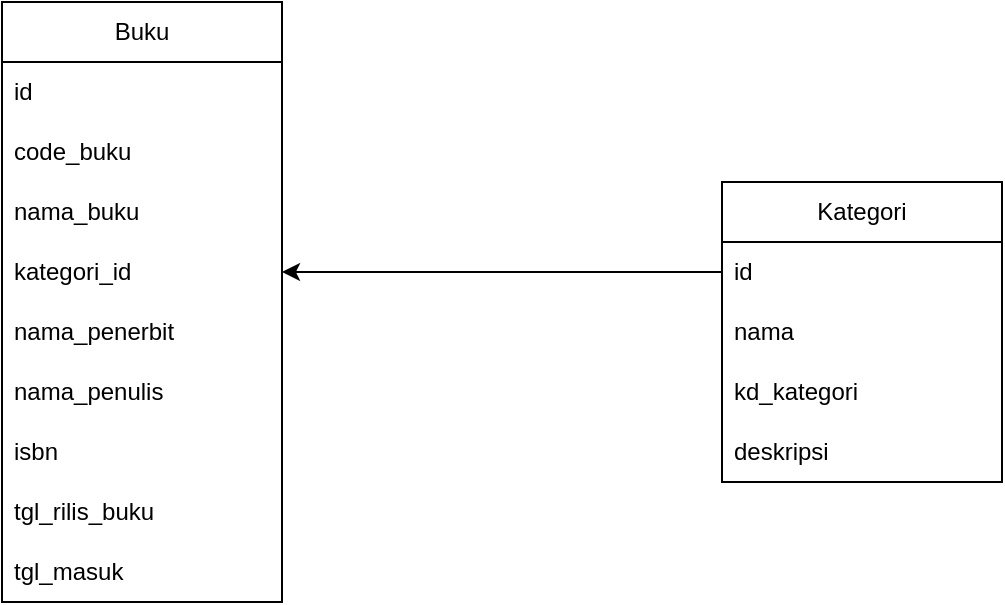
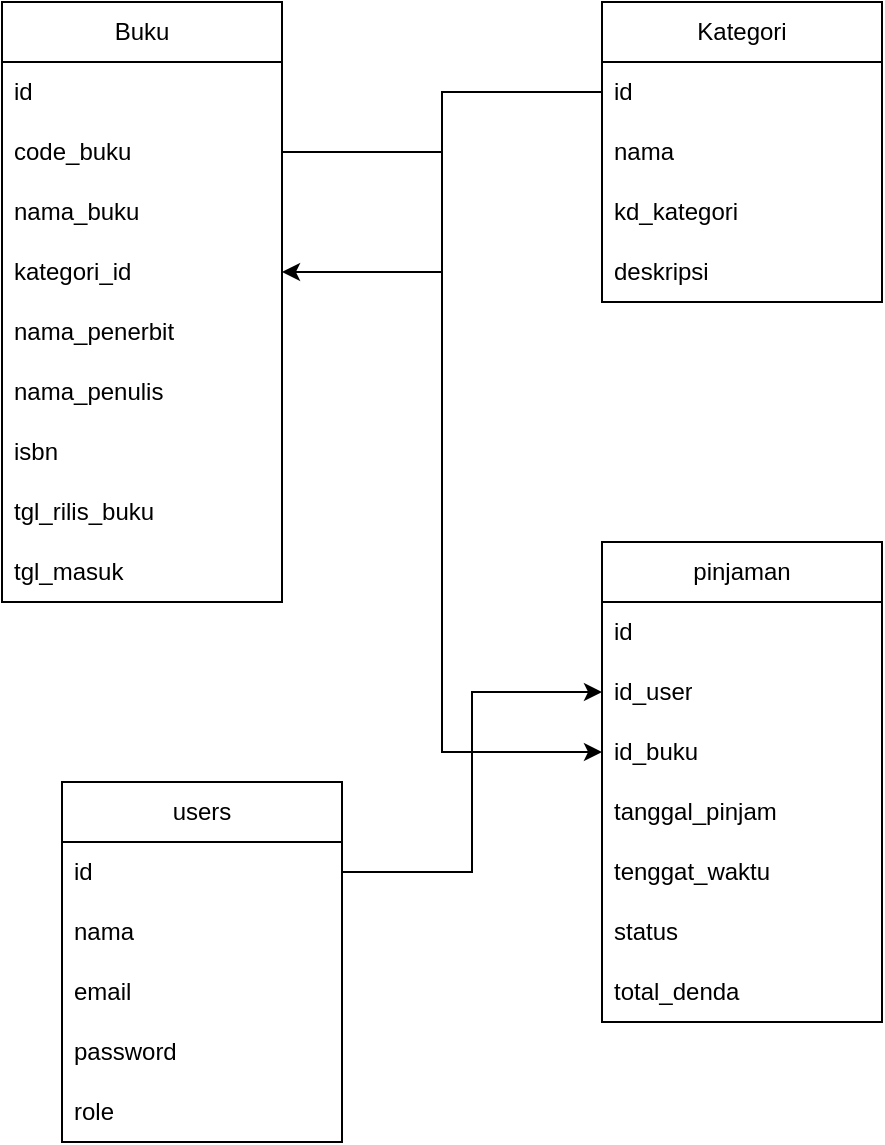
<mxfile host="app.diagrams.net">
  <diagram name="Page-1" id="l2m-nUInnZBTqpUZpgFe">
    <mxGraphModel dx="1414" dy="751" grid="1" gridSize="10" guides="1" tooltips="1" connect="1" arrows="1" fold="1" page="1" pageScale="1" pageWidth="850" pageHeight="1100" math="0" shadow="0">
      <root>
        <mxCell id="0" />
        <mxCell id="1" parent="0" />
        <mxCell id="SLonHb-QjBYrVi6XPOOr-1" parent="1" style="swimlane;fontStyle=0;childLayout=stackLayout;horizontal=1;startSize=30;horizontalStack=0;resizeParent=1;resizeParentMax=0;resizeLast=0;collapsible=1;marginBottom=0;whiteSpace=wrap;html=1;" value="Buku" vertex="1">
-           <mxGeometry height="300" width="140" x="40" y="10" as="geometry" />
+           <mxGeometry height="300" width="140" x="100" y="30" as="geometry" />
        </mxCell>
        <mxCell id="SLonHb-QjBYrVi6XPOOr-2" parent="SLonHb-QjBYrVi6XPOOr-1" style="text;strokeColor=none;fillColor=none;align=left;verticalAlign=middle;spacingLeft=4;spacingRight=4;overflow=hidden;points=[[0,0.5],[1,0.5]];portConstraint=eastwest;rotatable=0;whiteSpace=wrap;html=1;" value="id" vertex="1">
          <mxGeometry height="30" width="140" y="30" as="geometry" />
        </mxCell>
        <mxCell id="SLonHb-QjBYrVi6XPOOr-3" parent="SLonHb-QjBYrVi6XPOOr-1" style="text;strokeColor=none;fillColor=none;align=left;verticalAlign=middle;spacingLeft=4;spacingRight=4;overflow=hidden;points=[[0,0.5],[1,0.5]];portConstraint=eastwest;rotatable=0;whiteSpace=wrap;html=1;" value="code_buku" vertex="1">
          <mxGeometry height="30" width="140" y="60" as="geometry" />
        </mxCell>
        <mxCell id="SLonHb-QjBYrVi6XPOOr-16" parent="SLonHb-QjBYrVi6XPOOr-1" style="text;strokeColor=none;fillColor=none;align=left;verticalAlign=middle;spacingLeft=4;spacingRight=4;overflow=hidden;points=[[0,0.5],[1,0.5]];portConstraint=eastwest;rotatable=0;whiteSpace=wrap;html=1;" value="nama_buku" vertex="1">
          <mxGeometry height="30" width="140" y="90" as="geometry" />
        </mxCell>
        <mxCell id="SLonHb-QjBYrVi6XPOOr-4" parent="SLonHb-QjBYrVi6XPOOr-1" style="text;strokeColor=none;fillColor=none;align=left;verticalAlign=middle;spacingLeft=4;spacingRight=4;overflow=hidden;points=[[0,0.5],[1,0.5]];portConstraint=eastwest;rotatable=0;whiteSpace=wrap;html=1;" value="kategori_id" vertex="1">
          <mxGeometry height="30" width="140" y="120" as="geometry" />
        </mxCell>
        <mxCell id="SLonHb-QjBYrVi6XPOOr-10" parent="SLonHb-QjBYrVi6XPOOr-1" style="text;strokeColor=none;fillColor=none;align=left;verticalAlign=middle;spacingLeft=4;spacingRight=4;overflow=hidden;points=[[0,0.5],[1,0.5]];portConstraint=eastwest;rotatable=0;whiteSpace=wrap;html=1;" value="nama_penerbit" vertex="1">
          <mxGeometry height="30" width="140" y="150" as="geometry" />
        </mxCell>
        <mxCell id="SLonHb-QjBYrVi6XPOOr-12" parent="SLonHb-QjBYrVi6XPOOr-1" style="text;strokeColor=none;fillColor=none;align=left;verticalAlign=middle;spacingLeft=4;spacingRight=4;overflow=hidden;points=[[0,0.5],[1,0.5]];portConstraint=eastwest;rotatable=0;whiteSpace=wrap;html=1;" value="nama_penulis" vertex="1">
          <mxGeometry height="30" width="140" y="180" as="geometry" />
        </mxCell>
        <mxCell id="SLonHb-QjBYrVi6XPOOr-11" parent="SLonHb-QjBYrVi6XPOOr-1" style="text;strokeColor=none;fillColor=none;align=left;verticalAlign=middle;spacingLeft=4;spacingRight=4;overflow=hidden;points=[[0,0.5],[1,0.5]];portConstraint=eastwest;rotatable=0;whiteSpace=wrap;html=1;" value="isbn" vertex="1">
          <mxGeometry height="30" width="140" y="210" as="geometry" />
        </mxCell>
        <mxCell id="SLonHb-QjBYrVi6XPOOr-13" parent="SLonHb-QjBYrVi6XPOOr-1" style="text;strokeColor=none;fillColor=none;align=left;verticalAlign=middle;spacingLeft=4;spacingRight=4;overflow=hidden;points=[[0,0.5],[1,0.5]];portConstraint=eastwest;rotatable=0;whiteSpace=wrap;html=1;" value="tgl_rilis_buku" vertex="1">
          <mxGeometry height="30" width="140" y="240" as="geometry" />
        </mxCell>
        <mxCell id="SLonHb-QjBYrVi6XPOOr-14" parent="SLonHb-QjBYrVi6XPOOr-1" style="text;strokeColor=none;fillColor=none;align=left;verticalAlign=middle;spacingLeft=4;spacingRight=4;overflow=hidden;points=[[0,0.5],[1,0.5]];portConstraint=eastwest;rotatable=0;whiteSpace=wrap;html=1;" value="tgl_masuk" vertex="1">
          <mxGeometry height="30" width="140" y="270" as="geometry" />
        </mxCell>
        <mxCell id="SLonHb-QjBYrVi6XPOOr-5" parent="1" style="swimlane;fontStyle=0;childLayout=stackLayout;horizontal=1;startSize=30;horizontalStack=0;resizeParent=1;resizeParentMax=0;resizeLast=0;collapsible=1;marginBottom=0;whiteSpace=wrap;html=1;" value="Kategori" vertex="1">
-           <mxGeometry height="150" width="140" x="400" y="100" as="geometry" />
+           <mxGeometry height="150" width="140" x="400" y="30" as="geometry" />
        </mxCell>
        <mxCell id="SLonHb-QjBYrVi6XPOOr-6" parent="SLonHb-QjBYrVi6XPOOr-5" style="text;strokeColor=none;fillColor=none;align=left;verticalAlign=middle;spacingLeft=4;spacingRight=4;overflow=hidden;points=[[0,0.5],[1,0.5]];portConstraint=eastwest;rotatable=0;whiteSpace=wrap;html=1;" value="id" vertex="1">
          <mxGeometry height="30" width="140" y="30" as="geometry" />
        </mxCell>
        <mxCell id="SLonHb-QjBYrVi6XPOOr-7" parent="SLonHb-QjBYrVi6XPOOr-5" style="text;strokeColor=none;fillColor=none;align=left;verticalAlign=middle;spacingLeft=4;spacingRight=4;overflow=hidden;points=[[0,0.5],[1,0.5]];portConstraint=eastwest;rotatable=0;whiteSpace=wrap;html=1;" value="nama" vertex="1">
          <mxGeometry height="30" width="140" y="60" as="geometry" />
        </mxCell>
        <mxCell id="SLonHb-QjBYrVi6XPOOr-15" parent="SLonHb-QjBYrVi6XPOOr-5" style="text;strokeColor=none;fillColor=none;align=left;verticalAlign=middle;spacingLeft=4;spacingRight=4;overflow=hidden;points=[[0,0.5],[1,0.5]];portConstraint=eastwest;rotatable=0;whiteSpace=wrap;html=1;" value="kd_kategori" vertex="1">
          <mxGeometry height="30" width="140" y="90" as="geometry" />
        </mxCell>
        <mxCell id="SLonHb-QjBYrVi6XPOOr-8" parent="SLonHb-QjBYrVi6XPOOr-5" style="text;strokeColor=none;fillColor=none;align=left;verticalAlign=middle;spacingLeft=4;spacingRight=4;overflow=hidden;points=[[0,0.5],[1,0.5]];portConstraint=eastwest;rotatable=0;whiteSpace=wrap;html=1;" value="deskripsi" vertex="1">
          <mxGeometry height="30" width="140" y="120" as="geometry" />
        </mxCell>
        <mxCell id="SLonHb-QjBYrVi6XPOOr-9" edge="1" parent="1" source="SLonHb-QjBYrVi6XPOOr-6" style="edgeStyle=orthogonalEdgeStyle;rounded=0;orthogonalLoop=1;jettySize=auto;html=1;" target="SLonHb-QjBYrVi6XPOOr-4">
          <mxGeometry relative="1" as="geometry" />
        </mxCell>
+         <mxCell id="zPxgntizFepJJv5Jj_wE-1" parent="1" style="swimlane;fontStyle=0;childLayout=stackLayout;horizontal=1;startSize=30;horizontalStack=0;resizeParent=1;resizeParentMax=0;resizeLast=0;collapsible=1;marginBottom=0;whiteSpace=wrap;html=1;" value="users" vertex="1">
+           <mxGeometry height="180" width="140" x="130" y="420" as="geometry" />
+         </mxCell>
+         <mxCell id="zPxgntizFepJJv5Jj_wE-2" parent="zPxgntizFepJJv5Jj_wE-1" style="text;strokeColor=none;fillColor=none;align=left;verticalAlign=middle;spacingLeft=4;spacingRight=4;overflow=hidden;points=[[0,0.5],[1,0.5]];portConstraint=eastwest;rotatable=0;whiteSpace=wrap;html=1;" value="id" vertex="1">
+           <mxGeometry height="30" width="140" y="30" as="geometry" />
+         </mxCell>
+         <mxCell id="zPxgntizFepJJv5Jj_wE-3" parent="zPxgntizFepJJv5Jj_wE-1" style="text;strokeColor=none;fillColor=none;align=left;verticalAlign=middle;spacingLeft=4;spacingRight=4;overflow=hidden;points=[[0,0.5],[1,0.5]];portConstraint=eastwest;rotatable=0;whiteSpace=wrap;html=1;" value="nama" vertex="1">
+           <mxGeometry height="30" width="140" y="60" as="geometry" />
+         </mxCell>
+         <mxCell id="zPxgntizFepJJv5Jj_wE-4" parent="zPxgntizFepJJv5Jj_wE-1" style="text;strokeColor=none;fillColor=none;align=left;verticalAlign=middle;spacingLeft=4;spacingRight=4;overflow=hidden;points=[[0,0.5],[1,0.5]];portConstraint=eastwest;rotatable=0;whiteSpace=wrap;html=1;" value="email" vertex="1">
+           <mxGeometry height="30" width="140" y="90" as="geometry" />
+         </mxCell>
+         <mxCell id="zPxgntizFepJJv5Jj_wE-5" parent="zPxgntizFepJJv5Jj_wE-1" style="text;strokeColor=none;fillColor=none;align=left;verticalAlign=middle;spacingLeft=4;spacingRight=4;overflow=hidden;points=[[0,0.5],[1,0.5]];portConstraint=eastwest;rotatable=0;whiteSpace=wrap;html=1;" value="password" vertex="1">
+           <mxGeometry height="30" width="140" y="120" as="geometry" />
+         </mxCell>
+         <mxCell id="zPxgntizFepJJv5Jj_wE-6" parent="zPxgntizFepJJv5Jj_wE-1" style="text;strokeColor=none;fillColor=none;align=left;verticalAlign=middle;spacingLeft=4;spacingRight=4;overflow=hidden;points=[[0,0.5],[1,0.5]];portConstraint=eastwest;rotatable=0;whiteSpace=wrap;html=1;" value="role" vertex="1">
+           <mxGeometry height="30" width="140" y="150" as="geometry" />
+         </mxCell>
+         <mxCell id="3cC8ulVJ0muRvGZKAznw-21" edge="1" parent="1" source="SLonHb-QjBYrVi6XPOOr-3" style="edgeStyle=orthogonalEdgeStyle;rounded=0;orthogonalLoop=1;jettySize=auto;html=1;entryX=0;entryY=0.5;entryDx=0;entryDy=0;" target="INAweu_JSYwqk3MDiMgI-4">
+           <mxGeometry relative="1" as="geometry">
+             <mxPoint x="580" y="365" as="targetPoint" />
+           </mxGeometry>
+         </mxCell>
+         <mxCell id="INAweu_JSYwqk3MDiMgI-1" parent="1" style="swimlane;fontStyle=0;childLayout=stackLayout;horizontal=1;startSize=30;horizontalStack=0;resizeParent=1;resizeParentMax=0;resizeLast=0;collapsible=1;marginBottom=0;whiteSpace=wrap;html=1;" value="pinjaman" vertex="1">
+           <mxGeometry height="240" width="140" x="400" y="300" as="geometry" />
+         </mxCell>
+         <mxCell id="INAweu_JSYwqk3MDiMgI-2" parent="INAweu_JSYwqk3MDiMgI-1" style="text;strokeColor=none;fillColor=none;align=left;verticalAlign=middle;spacingLeft=4;spacingRight=4;overflow=hidden;points=[[0,0.5],[1,0.5]];portConstraint=eastwest;rotatable=0;whiteSpace=wrap;html=1;" value="id" vertex="1">
+           <mxGeometry height="30" width="140" y="30" as="geometry" />
+         </mxCell>
+         <mxCell id="INAweu_JSYwqk3MDiMgI-3" parent="INAweu_JSYwqk3MDiMgI-1" style="text;strokeColor=none;fillColor=none;align=left;verticalAlign=middle;spacingLeft=4;spacingRight=4;overflow=hidden;points=[[0,0.5],[1,0.5]];portConstraint=eastwest;rotatable=0;whiteSpace=wrap;html=1;" value="id_user" vertex="1">
+           <mxGeometry height="30" width="140" y="60" as="geometry" />
+         </mxCell>
+         <mxCell id="INAweu_JSYwqk3MDiMgI-4" parent="INAweu_JSYwqk3MDiMgI-1" style="text;strokeColor=none;fillColor=none;align=left;verticalAlign=middle;spacingLeft=4;spacingRight=4;overflow=hidden;points=[[0,0.5],[1,0.5]];portConstraint=eastwest;rotatable=0;whiteSpace=wrap;html=1;" value="id_buku" vertex="1">
+           <mxGeometry height="30" width="140" y="90" as="geometry" />
+         </mxCell>
+         <mxCell id="INAweu_JSYwqk3MDiMgI-5" parent="INAweu_JSYwqk3MDiMgI-1" style="text;strokeColor=none;fillColor=none;align=left;verticalAlign=middle;spacingLeft=4;spacingRight=4;overflow=hidden;points=[[0,0.5],[1,0.5]];portConstraint=eastwest;rotatable=0;whiteSpace=wrap;html=1;" value="tanggal_pinjam" vertex="1">
+           <mxGeometry height="30" width="140" y="120" as="geometry" />
+         </mxCell>
+         <mxCell id="INAweu_JSYwqk3MDiMgI-6" parent="INAweu_JSYwqk3MDiMgI-1" style="text;strokeColor=none;fillColor=none;align=left;verticalAlign=middle;spacingLeft=4;spacingRight=4;overflow=hidden;points=[[0,0.5],[1,0.5]];portConstraint=eastwest;rotatable=0;whiteSpace=wrap;html=1;" value="tenggat_waktu" vertex="1">
+           <mxGeometry height="30" width="140" y="150" as="geometry" />
+         </mxCell>
+         <mxCell id="INAweu_JSYwqk3MDiMgI-7" parent="INAweu_JSYwqk3MDiMgI-1" style="text;strokeColor=none;fillColor=none;align=left;verticalAlign=middle;spacingLeft=4;spacingRight=4;overflow=hidden;points=[[0,0.5],[1,0.5]];portConstraint=eastwest;rotatable=0;whiteSpace=wrap;html=1;" value="status" vertex="1">
+           <mxGeometry height="30" width="140" y="180" as="geometry" />
+         </mxCell>
+         <mxCell id="INAweu_JSYwqk3MDiMgI-8" parent="INAweu_JSYwqk3MDiMgI-1" style="text;strokeColor=none;fillColor=none;align=left;verticalAlign=middle;spacingLeft=4;spacingRight=4;overflow=hidden;points=[[0,0.5],[1,0.5]];portConstraint=eastwest;rotatable=0;whiteSpace=wrap;html=1;" value="total_denda" vertex="1">
+           <mxGeometry height="30" width="140" y="210" as="geometry" />
+         </mxCell>
+         <mxCell id="INAweu_JSYwqk3MDiMgI-10" edge="1" parent="1" source="zPxgntizFepJJv5Jj_wE-2" style="edgeStyle=orthogonalEdgeStyle;rounded=0;orthogonalLoop=1;jettySize=auto;html=1;" target="INAweu_JSYwqk3MDiMgI-3">
+           <mxGeometry relative="1" as="geometry" />
+         </mxCell>
      </root>
    </mxGraphModel>
  </diagram>
</mxfile>
